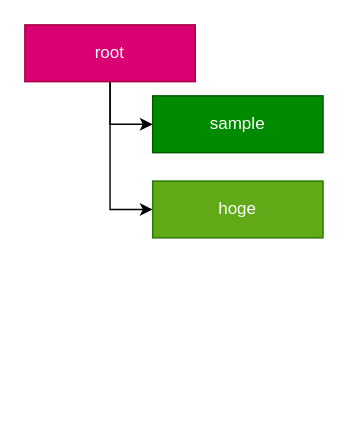
This is docs/10_Programming/99_Documentation/sample.drawio from fereria/reincarnation_tech, a draw.io file, before an edit. Source tidied: cells renumbered, new cells numbered last; positions are measured from the earlier drawing's top-left corner, leaving out a move shared by most shapes. Both pictures are drawn from the tidied source at 142%, with x=0, y=0 at pixel (24, 24).
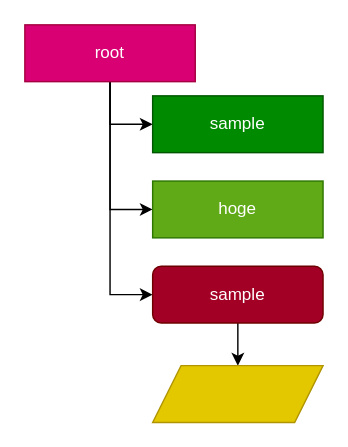
The same page after the edit.

Commit message (it also covers changes not shown here):
drawioの使い方更新

Change to the diagram source:
```diff
@@
 <mxGraphModel>
   <root>
     <mxCell id="0" />
     <mxCell id="1" parent="0" />
     <mxCell id="2" style="edgeStyle=orthogonalEdgeStyle;rounded=0;jettySize=auto;html=1;exitX=0.5;exitY=1;exitDx=0;exitDy=0;entryX=0;entryY=0.5;entryDx=0;entryDy=0;" parent="1" edge="1" source="4" target="5">
       <mxGeometry relative="1" as="geometry" />
     </mxCell>
     <mxCell id="3" style="edgeStyle=orthogonalEdgeStyle;rounded=0;jettySize=auto;html=1;exitX=0.5;exitY=1;exitDx=0;exitDy=0;entryX=0;entryY=0.5;entryDx=0;entryDy=0;" parent="1" edge="1" source="4" target="6">
       <mxGeometry relative="1" as="geometry" />
     </mxCell>
+    <mxCell id="7" style="edgeStyle=orthogonalEdgeStyle;rounded=0;jettySize=auto;html=1;exitX=0.5;exitY=1;exitDx=0;exitDy=0;entryX=0;entryY=0.5;entryDx=0;entryDy=0;" parent="1" edge="1" source="4" target="9">
+      <mxGeometry relative="1" as="geometry" />
+    </mxCell>
     <mxCell id="4" value="root" style="rounded=0;whiteSpace=wrap;html=1;fillColor=#d80073;strokeColor=#A50040;fontColor=#ffffff;" parent="1" vertex="1">
       <mxGeometry width="120" height="40" as="geometry" />
     </mxCell>
     <mxCell id="5" value="sample" style="rounded=0;whiteSpace=wrap;html=1;fillColor=#008a00;strokeColor=#005700;fontColor=#ffffff;" parent="1" vertex="1">
       <mxGeometry x="90" y="50" width="120" height="40" as="geometry" />
     </mxCell>
     <mxCell id="6" value="hoge" style="rounded=0;whiteSpace=wrap;html=1;fillColor=#60a917;strokeColor=#2D7600;fontColor=#ffffff;" parent="1" vertex="1">
       <mxGeometry x="90" y="110" width="120" height="40" as="geometry" />
     </mxCell>
+    <mxCell id="8" style="edgeStyle=orthogonalEdgeStyle;rounded=0;jettySize=auto;html=1;exitX=0.5;exitY=1;exitDx=0;exitDy=0;entryX=0.5;entryY=0;entryDx=0;entryDy=0;" parent="1" edge="1" source="9" target="10">
+      <mxGeometry relative="1" as="geometry" />
+    </mxCell>
+    <mxCell id="9" value="sample" style="rounded=1;whiteSpace=wrap;html=1;fillColor=#a20025;strokeColor=#6F0000;fontColor=#ffffff;" parent="1" vertex="1">
+      <mxGeometry x="90" y="170" width="120" height="40" as="geometry" />
+    </mxCell>
+    <mxCell id="10" style="shape=parallelogram;perimeter=parallelogramPerimeter;whiteSpace=wrap;html=1;fixedSize=1;fillColor=#e3c800;strokeColor=#B09500;fontColor=#ffffff;" parent="1" vertex="1">
+      <mxGeometry x="90" y="240" width="120" height="40" as="geometry" />
+    </mxCell>
   </root>
 </mxGraphModel>
```
